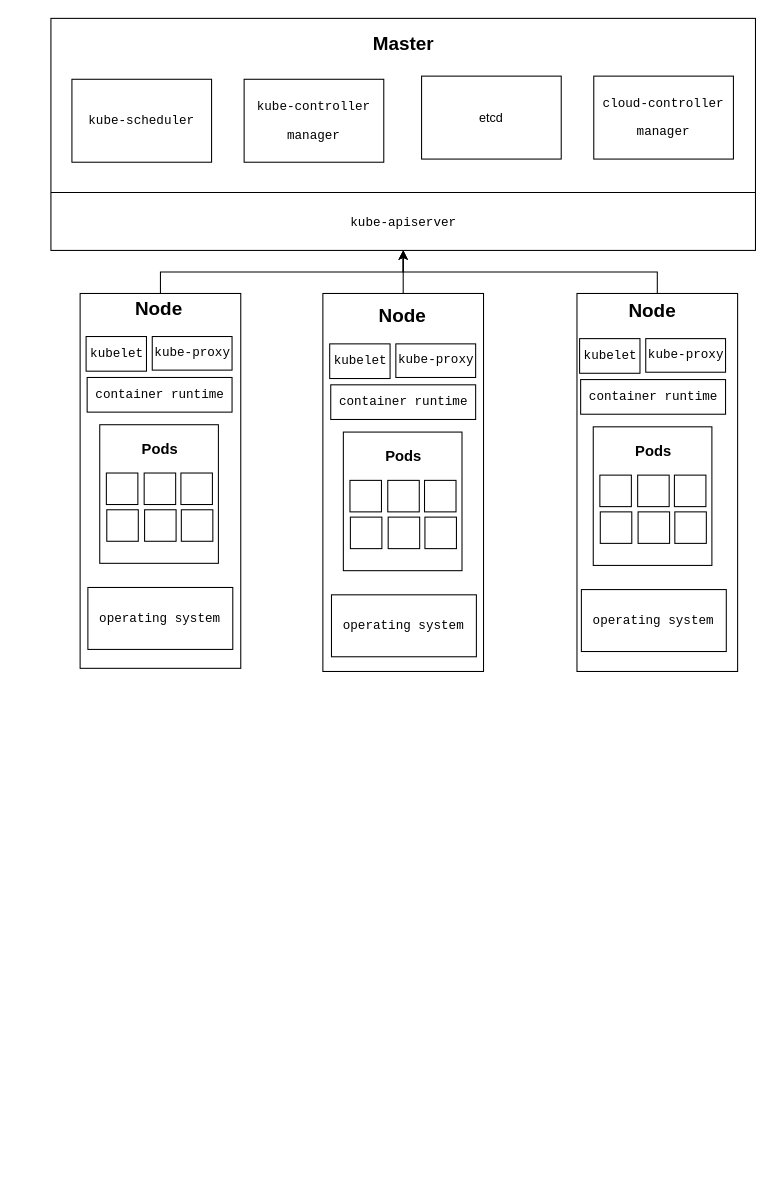
Earlier version of the draw.io diagram graduation_thesis.drawio (lmqqqqqq/drawio). Source tidied: cells renumbered, new cells numbered last; positions are measured from the earlier drawing's top-left corner, leaving out a move shared by most shapes. Both pictures are drawn from the tidied source at 105%, with x=0, y=0 at pixel (50, 18).
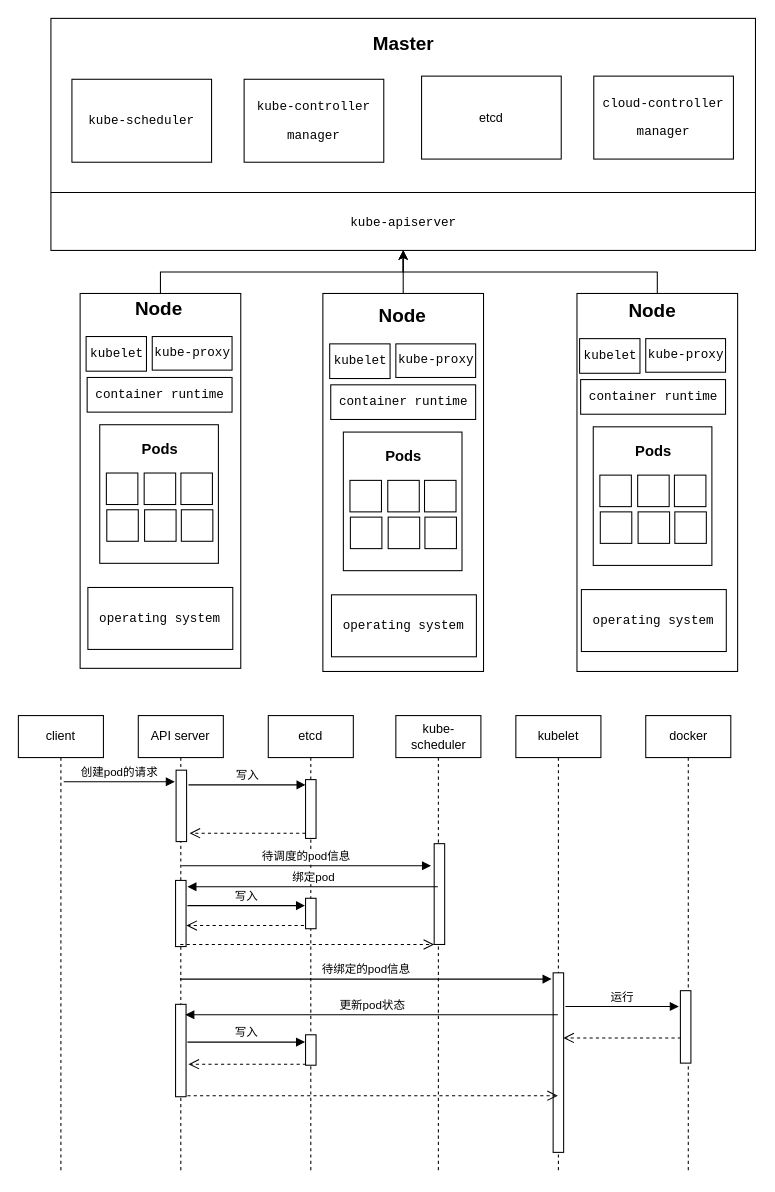
Above is the later version.

Change to the diagram source:
```diff
@@
+    <mxCell id="55" value="client" style="shape=umlLifeline;perimeter=lifelinePerimeter;whiteSpace=wrap;html=1;newEdgeStyle={&quot;curved&quot;:0,&quot;rounded&quot;:0};" parent="1" vertex="1">
+      <mxGeometry x="-31" y="664" width="81" height="436" as="geometry" />
+    </mxCell>
+    <mxCell id="56" value="API server" style="shape=umlLifeline;perimeter=lifelinePerimeter;whiteSpace=wrap;html=1;outlineConnect=0;portConstraint=eastwest;newEdgeStyle={&quot;curved&quot;:0,&quot;rounded&quot;:0};" parent="1" vertex="1">
+      <mxGeometry x="83.2" y="664" width="81" height="436" as="geometry" />
+    </mxCell>
+    <mxCell id="57" style="html=1;perimeter=orthogonalPerimeter;targetShapes=umlLifeline;newEdgeStyle={&quot;curved&quot;:0,&quot;rounded&quot;:0};" parent="56" vertex="1">
+      <mxGeometry x="36" y="52" width="10" height="68" as="geometry" />
+    </mxCell>
+    <mxCell id="58" style="html=1;perimeter=orthogonalPerimeter;targetShapes=umlLifeline;newEdgeStyle={&quot;curved&quot;:0,&quot;rounded&quot;:0};" parent="56" vertex="1">
+      <mxGeometry x="35.5" y="157" width="10" height="63" as="geometry" />
+    </mxCell>
+    <mxCell id="59" style="html=1;perimeter=orthogonalPerimeter;targetShapes=umlLifeline;newEdgeStyle={&quot;curved&quot;:0,&quot;rounded&quot;:0};" parent="56" vertex="1">
+      <mxGeometry x="35.5" y="275" width="10" height="88" as="geometry" />
+    </mxCell>
+    <mxCell id="60" value="etcd" style="shape=umlLifeline;perimeter=lifelinePerimeter;whiteSpace=wrap;html=1;newEdgeStyle={&quot;curved&quot;:0,&quot;rounded&quot;:0};" parent="1" vertex="1">
+      <mxGeometry x="207" y="664" width="81" height="436" as="geometry" />
+    </mxCell>
+    <mxCell id="61" style="html=1;points=[[0,0,0,0,5],[0,1,0,0,-5],[1,0,0,0,5],[1,1,0,0,-5]];perimeter=orthogonalPerimeter;outlineConnect=0;targetShapes=umlLifeline;portConstraint=eastwest;newEdgeStyle={&quot;curved&quot;:0,&quot;rounded&quot;:0};" parent="60" vertex="1">
+      <mxGeometry x="35.5" y="61" width="10" height="56" as="geometry" />
+    </mxCell>
+    <mxCell id="62" style="html=1;perimeter=orthogonalPerimeter;targetShapes=umlLifeline;newEdgeStyle={&quot;curved&quot;:0,&quot;rounded&quot;:0};" parent="60" vertex="1">
+      <mxGeometry x="35.5" y="174" width="10" height="29" as="geometry" />
+    </mxCell>
+    <mxCell id="63" style="html=1;perimeter=orthogonalPerimeter;targetShapes=umlLifeline;newEdgeStyle={&quot;curved&quot;:0,&quot;rounded&quot;:0};" parent="60" vertex="1">
+      <mxGeometry x="35.5" y="304" width="10" height="29" as="geometry" />
+    </mxCell>
+    <mxCell id="64" value="kube-scheduler" style="shape=umlLifeline;perimeter=lifelinePerimeter;whiteSpace=wrap;html=1;outlineConnect=0;portConstraint=eastwest;newEdgeStyle={&quot;curved&quot;:0,&quot;rounded&quot;:0};" parent="1" vertex="1">
+      <mxGeometry x="328.5" y="664" width="81" height="436" as="geometry" />
+    </mxCell>
+    <mxCell id="65" style="html=1;points=[[0,0,0,0,5],[0,1,0,0,-5],[1,0,0,0,5],[1,1,0,0,-5]];perimeter=orthogonalPerimeter;outlineConnect=0;targetShapes=umlLifeline;portConstraint=eastwest;newEdgeStyle={&quot;curved&quot;:0,&quot;rounded&quot;:0};" parent="64" vertex="1">
+      <mxGeometry x="36.5" y="122" width="10" height="96" as="geometry" />
+    </mxCell>
+    <mxCell id="66" value="kubelet" style="shape=umlLifeline;perimeter=lifelinePerimeter;whiteSpace=wrap;html=1;outlineConnect=0;portConstraint=eastwest;newEdgeStyle={&quot;curved&quot;:0,&quot;rounded&quot;:0};" parent="1" vertex="1">
+      <mxGeometry x="442.8" y="664" width="81" height="436" as="geometry" />
+    </mxCell>
+    <mxCell id="67" style="html=1;perimeter=orthogonalPerimeter;targetShapes=umlLifeline;newEdgeStyle={&quot;curved&quot;:0,&quot;rounded&quot;:0};" parent="66" vertex="1">
+      <mxGeometry x="35.5" y="245" width="10" height="171" as="geometry" />
+    </mxCell>
+    <mxCell id="68" value="docker" style="shape=umlLifeline;perimeter=lifelinePerimeter;whiteSpace=wrap;html=1;newEdgeStyle={&quot;curved&quot;:0,&quot;rounded&quot;:0};" parent="1" vertex="1">
+      <mxGeometry x="566.5" y="664" width="81" height="436" as="geometry" />
+    </mxCell>
+    <mxCell id="69" style="html=1;perimeter=orthogonalPerimeter;targetShapes=umlLifeline;newEdgeStyle={&quot;curved&quot;:0,&quot;rounded&quot;:0};" parent="68" vertex="1">
+      <mxGeometry x="33" y="262" width="10" height="69" as="geometry" />
+    </mxCell>
+    <mxCell id="70" value="创建pod的请求" style="html=1;verticalAlign=bottom;endArrow=block;curved=0;rounded=0;" parent="1" edge="1">
+      <mxGeometry x="0.01" relative="1" as="geometry">
+        <mxPoint x="12.2" y="727" as="sourcePoint" />
+        <mxPoint x="118" y="727" as="targetPoint" />
+      </mxGeometry>
+    </mxCell>
+    <mxCell id="71" value="写入" style="html=1;verticalAlign=bottom;endArrow=block;curved=0;rounded=0;entryX=0;entryY=0;entryDx=0;entryDy=5;" parent="1" edge="1" target="61">
+      <mxGeometry relative="1" as="geometry">
+        <mxPoint x="131" y="730" as="sourcePoint" />
+      </mxGeometry>
+    </mxCell>
+    <mxCell id="72" style="html=1;verticalAlign=bottom;endArrow=open;dashed=1;endSize=8;curved=0;rounded=0;exitX=0;exitY=1;exitDx=0;exitDy=-5;" parent="1" edge="1" source="61">
+      <mxGeometry relative="1" as="geometry">
+        <mxPoint x="132" y="776" as="targetPoint" />
+      </mxGeometry>
+    </mxCell>
+    <mxCell id="73" value="待调度的pod信息" style="html=1;verticalAlign=bottom;endArrow=block;curved=0;rounded=0;" parent="1" edge="1">
+      <mxGeometry relative="1" as="geometry">
+        <mxPoint x="124.2" y="807" as="sourcePoint" />
+        <mxPoint x="362" y="807" as="targetPoint" />
+      </mxGeometry>
+    </mxCell>
+    <mxCell id="74" value="绑定pod" style="html=1;verticalAlign=bottom;endArrow=block;curved=0;rounded=0;" parent="1" edge="1" source="64">
+      <mxGeometry relative="1" as="geometry">
+        <mxPoint x="130" y="827" as="targetPoint" />
+      </mxGeometry>
+    </mxCell>
+    <mxCell id="75" value="写入" style="html=1;verticalAlign=bottom;endArrow=block;curved=0;rounded=0;" parent="1" edge="1">
+      <mxGeometry relative="1" as="geometry">
+        <mxPoint x="130" y="845" as="sourcePoint" />
+        <mxPoint x="242" y="845" as="targetPoint" />
+      </mxGeometry>
+    </mxCell>
+    <mxCell id="76" style="html=1;verticalAlign=bottom;endArrow=open;dashed=1;endSize=8;curved=0;rounded=0;" parent="1" edge="1">
+      <mxGeometry relative="1" as="geometry">
+        <mxPoint x="241" y="864" as="sourcePoint" />
+        <mxPoint x="129" y="864" as="targetPoint" />
+      </mxGeometry>
+    </mxCell>
+    <mxCell id="77" style="html=1;verticalAlign=bottom;endArrow=open;dashed=1;endSize=8;curved=0;rounded=0;" parent="1" edge="1" source="56" target="65">
+      <mxGeometry relative="1" as="geometry" />
+    </mxCell>
+    <mxCell id="78" value="待绑定的pod信息" style="html=1;verticalAlign=bottom;endArrow=block;curved=0;rounded=0;" parent="1" edge="1" source="56">
+      <mxGeometry relative="1" as="geometry">
+        <mxPoint x="476.8" y="915" as="targetPoint" />
+      </mxGeometry>
+    </mxCell>
+    <mxCell id="79" value="更新pod状态" style="html=1;verticalAlign=bottom;endArrow=block;curved=0;rounded=0;" parent="1" edge="1" source="66">
+      <mxGeometry relative="1" as="geometry">
+        <mxPoint x="128" y="949" as="targetPoint" />
+      </mxGeometry>
+    </mxCell>
+    <mxCell id="80" value="写入" style="html=1;verticalAlign=bottom;endArrow=block;curved=0;rounded=0;" parent="1" edge="1">
+      <mxGeometry relative="1" as="geometry">
+        <mxPoint x="130" y="975" as="sourcePoint" />
+        <mxPoint x="242" y="975" as="targetPoint" />
+      </mxGeometry>
+    </mxCell>
+    <mxCell id="81" style="html=1;verticalAlign=bottom;endArrow=open;dashed=1;endSize=8;curved=0;rounded=0;" parent="1" edge="1">
+      <mxGeometry relative="1" as="geometry">
+        <mxPoint x="243" y="996" as="sourcePoint" />
+        <mxPoint x="131" y="996" as="targetPoint" />
+      </mxGeometry>
+    </mxCell>
+    <mxCell id="82" value="运行" style="html=1;verticalAlign=bottom;endArrow=block;curved=0;rounded=0;" parent="1" edge="1">
+      <mxGeometry relative="1" as="geometry">
+        <mxPoint x="490" y="941" as="sourcePoint" />
+        <mxPoint x="598" y="941" as="targetPoint" />
+      </mxGeometry>
+    </mxCell>
+    <mxCell id="83" style="html=1;verticalAlign=bottom;endArrow=open;dashed=1;endSize=8;curved=0;rounded=0;" parent="1" edge="1">
+      <mxGeometry relative="1" as="geometry">
+        <mxPoint x="600" y="971" as="sourcePoint" />
+        <mxPoint x="488" y="971" as="targetPoint" />
+      </mxGeometry>
+    </mxCell>
+    <mxCell id="84" style="html=1;verticalAlign=bottom;endArrow=open;dashed=1;endSize=8;curved=0;rounded=0;" parent="1" edge="1" target="66">
+      <mxGeometry relative="1" as="geometry">
+        <mxPoint x="130" y="1026" as="sourcePoint" />
+      </mxGeometry>
+    </mxCell>
```
